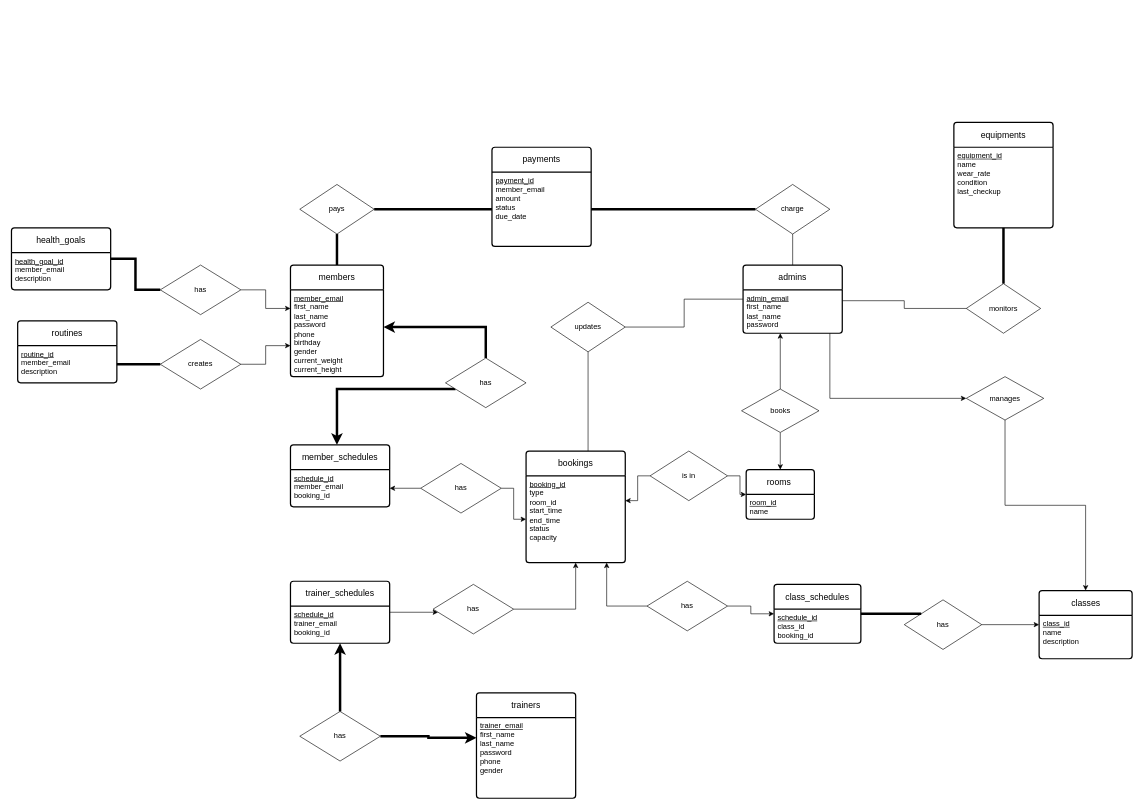
This is page "uml" (1 of 2) of docs/database/ER_MODEL.drawio from HamzaAlsarakbi/comp3005-project, a draw.io file, before an edit. Source tidied: cells renumbered, new cells numbered last; positions are measured from the earlier drawing's top-left corner, leaving out a move shared by most shapes. Both pictures are drawn from the tidied source at 62%, with x=0, y=0 at pixel (11, 122).
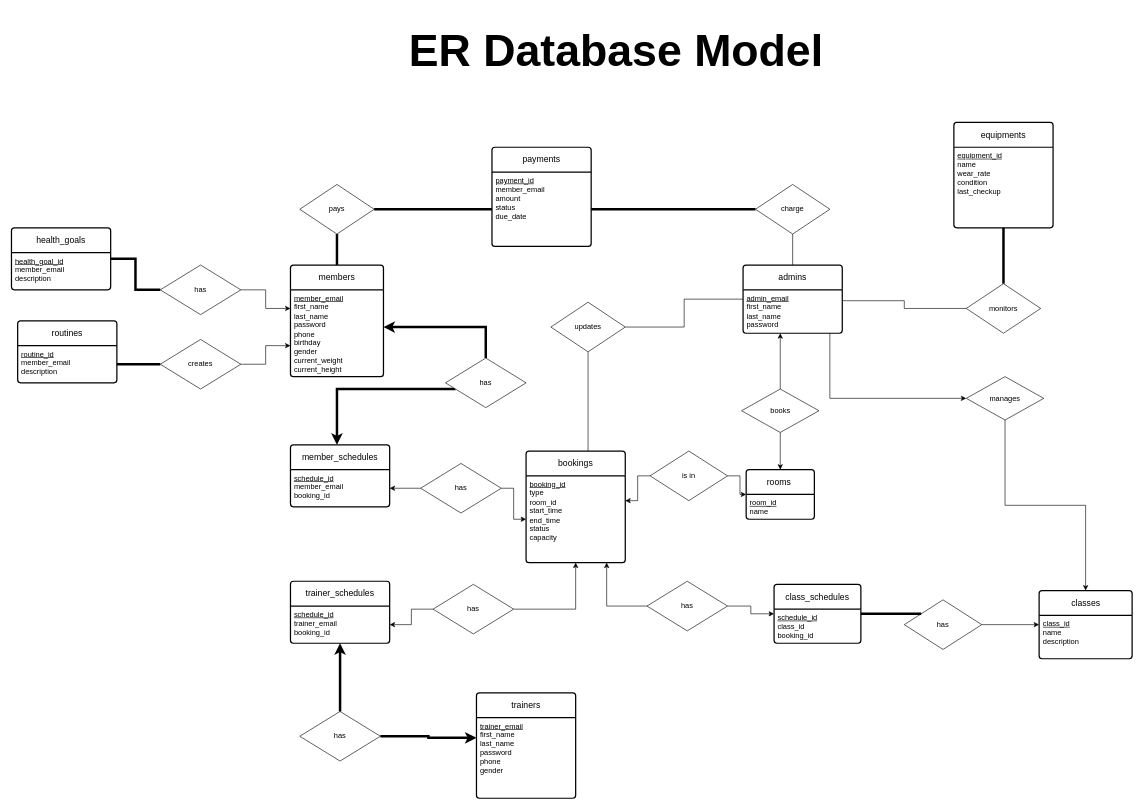
After the change.

The change refers to these unchanged cells:
```xml
<mxCell id="29" value="trainer_schedules" style="swimlane;horizontal=1;startSize=40;rounded=1;fontSize=14;fontStyle=0;strokeWidth=2;shadow=0;dashed=0;align=center;arcSize=4;whiteSpace=wrap;html=1;" parent="1" vertex="1">
  <mxGeometry x="450" y="740" width="160" height="100" as="geometry" />
</mxCell>
<mxCell id="30" value="&lt;u&gt;schedule_id&lt;/u&gt;&lt;div&gt;trainer_email&lt;/div&gt;&lt;div&gt;booking_id&lt;/div&gt;" style="align=left;strokeColor=none;fillColor=none;spacingLeft=4;fontSize=12;verticalAlign=top;html=1;" parent="29" vertex="1">
  <mxGeometry y="40" width="160" height="60" as="geometry" />
</mxCell>
<mxCell id="70" value="has" style="rhombus;whiteSpace=wrap;html=1;" parent="1" vertex="1">
  <mxGeometry x="680" y="745" width="130" height="80" as="geometry" />
</mxCell>
```

Diff of the diagram source:
```diff
@@
-    <mxCell id="28" style="edgeStyle=orthogonalEdgeStyle;rounded=0;jettySize=auto;html=1;" parent="1" edge="1" source="29" target="70">
-      <mxGeometry relative="1" as="geometry">
-        <Array as="points">
-          <mxPoint x="610" y="770" />
-          <mxPoint x="610" y="770" />
-        </Array>
-      </mxGeometry>
-    </mxCell>
@@
+    <mxCell id="82" style="edgeStyle=orthogonalEdgeStyle;rounded=0;jettySize=auto;html=1;entryX=1;entryY=0.5;entryDx=0;entryDy=0;" parent="1" edge="1" source="70" target="30">
+      <mxGeometry relative="1" as="geometry" />
+    </mxCell>
@@
+    <mxCell id="83" value="&lt;h1&gt;&lt;font style=&quot;font-size: 72px;&quot;&gt;ER Database Model&amp;nbsp;&lt;/font&gt;&lt;/h1&gt;" style="text;html=1;align=center;verticalAlign=middle;strokeColor=none;fillColor=none;" parent="1" vertex="1">
+      <mxGeometry x="630" y="-180" width="710" height="130" as="geometry" />
+    </mxCell>
```
